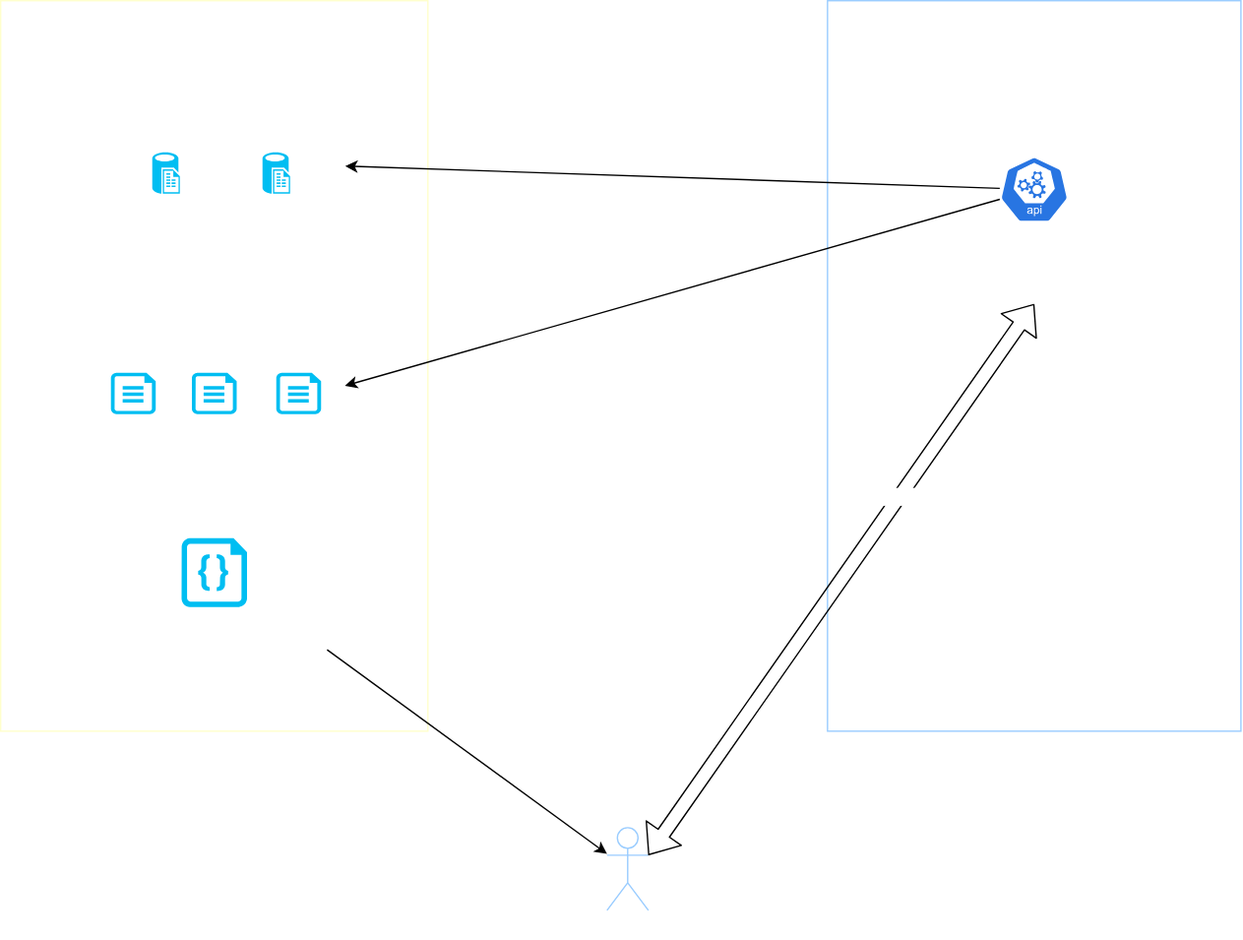
Earlier version of the draw.io export docs/1_システム関連図.drawio.svg (azarasi1226/Eirin). Source tidied: cells renumbered, new cells last; positions are measured from the earlier drawing's top-left corner, leaving out a move shared by most shapes. Its diagram source:
```xml
<mxGraphModel>
  <root>
    <mxCell id="0" />
    <mxCell id="1" parent="0" />
    <mxCell id="2" value="Firebase" style="rounded=0;whiteSpace=wrap;html=1;strokeColor=#FFFFCC;verticalAlign=top;fontSize=14;fontStyle=1;fontColor=#FFFFFF;" parent="1" vertex="1">
      <mxGeometry width="310" height="530" as="geometry" />
    </mxCell>
    <mxCell id="3" value="Azure" style="rounded=0;whiteSpace=wrap;html=1;strokeColor=#99CCFF;fontColor=#FFFFFF;verticalAlign=top;fontSize=14;fontStyle=1;" parent="1" vertex="1">
      <mxGeometry x="600" width="300" height="530" as="geometry" />
    </mxCell>
    <mxCell id="4" value="ブラウザ" style="shape=umlActor;verticalLabelPosition=bottom;verticalAlign=top;html=1;outlineConnect=0;fontColor=#FFFFFF;strokeColor=#99CCFF;" parent="1" vertex="1">
      <mxGeometry x="440" y="600" width="30" height="60" as="geometry" />
    </mxCell>
    <mxCell id="5" value="Firestore" style="rounded=1;whiteSpace=wrap;html=1;fontColor=#FFFFFF;strokeColor=#FFFFFF;verticalAlign=top;fontSize=13;fontStyle=1;" parent="1" vertex="1">
      <mxGeometry x="60" y="50" width="190" height="140" as="geometry" />
    </mxCell>
    <mxCell id="6" value="Storage" style="rounded=1;whiteSpace=wrap;html=1;fontColor=#FFFFFF;strokeColor=#FFFFFF;verticalAlign=top;fontSize=13;fontStyle=1;" parent="1" vertex="1">
      <mxGeometry x="60" y="220" width="190" height="110" as="geometry" />
    </mxCell>
    <mxCell id="7" value="Hosting" style="rounded=1;whiteSpace=wrap;html=1;fontColor=#FFFFFF;strokeColor=#FFFFFF;verticalAlign=top;fontSize=13;fontStyle=1;" parent="1" vertex="1">
      <mxGeometry x="60" y="350" width="190" height="120" as="geometry" />
    </mxCell>
    <mxCell id="8" style="edgeStyle=none;html=1;fontColor=#FFFFFF;exitX=0.931;exitY=1.008;exitDx=0;exitDy=0;exitPerimeter=0;" parent="1" edge="1" source="7" target="4">
      <mxGeometry relative="1" as="geometry" />
    </mxCell>
    <mxCell id="9" value="&lt;br&gt;" style="edgeLabel;html=1;align=center;verticalAlign=middle;fontSize=11;fontColor=#FFFFFF;" parent="8" vertex="1">
      <mxGeometry x="0.11" y="-2" relative="1" as="geometry" />
    </mxCell>
    <mxCell id="10" value="AppService" style="rounded=1;whiteSpace=wrap;html=1;fontColor=#FFFFFF;strokeColor=#FFFFFF;verticalAlign=top;fontStyle=1;fontSize=13;" parent="1" vertex="1">
      <mxGeometry x="660" y="60" width="180" height="160" as="geometry" />
    </mxCell>
    <mxCell id="11" value="領収書A" style="verticalLabelPosition=bottom;html=1;verticalAlign=top;align=center;strokeColor=none;fillColor=#00BEF2;shape=mxgraph.azure.cloud_services_configuration_file;fontColor=#FFFFFF;" parent="1" vertex="1">
      <mxGeometry x="80" y="270" width="32.5" height="30" as="geometry" />
    </mxCell>
    <mxCell id="12" value="&lt;div style=&quot;text-align: left&quot;&gt;BlazorWebAssembly&lt;/div&gt;" style="verticalLabelPosition=bottom;html=1;verticalAlign=top;align=center;strokeColor=none;fillColor=#00BEF2;shape=mxgraph.azure.code_file;fontColor=#FFFFFF;" parent="1" vertex="1">
      <mxGeometry x="131.2" y="390" width="47.5" height="50" as="geometry" />
    </mxCell>
    <mxCell id="13" value="領収書B" style="verticalLabelPosition=bottom;html=1;verticalAlign=top;align=center;strokeColor=none;fillColor=#00BEF2;shape=mxgraph.azure.cloud_services_configuration_file;fontColor=#FFFFFF;" parent="1" vertex="1">
      <mxGeometry x="138.8" y="270" width="32.5" height="30" as="geometry" />
    </mxCell>
    <mxCell id="14" value="領収書..." style="verticalLabelPosition=bottom;html=1;verticalAlign=top;align=center;strokeColor=none;fillColor=#00BEF2;shape=mxgraph.azure.cloud_services_configuration_file;fontColor=#FFFFFF;" parent="1" vertex="1">
      <mxGeometry x="200" y="270" width="32.5" height="30" as="geometry" />
    </mxCell>
    <mxCell id="15" value="ユーザーdata" style="verticalLabelPosition=bottom;html=1;verticalAlign=top;align=center;strokeColor=none;fillColor=#00BEF2;shape=mxgraph.azure.sql_reporting;fontColor=#FFFFFF;" parent="1" vertex="1">
      <mxGeometry x="110" y="110" width="20" height="30" as="geometry" />
    </mxCell>
    <mxCell id="16" value="領収書data" style="verticalLabelPosition=bottom;html=1;verticalAlign=top;align=center;strokeColor=none;fillColor=#00BEF2;shape=mxgraph.azure.sql_reporting;fontColor=#FFFFFF;" parent="1" vertex="1">
      <mxGeometry x="190" y="110" width="20" height="30" as="geometry" />
    </mxCell>
    <mxCell id="17" style="edgeStyle=none;html=1;entryX=1;entryY=0.5;entryDx=0;entryDy=0;fontSize=11;fontColor=#FFFFFF;" parent="1" edge="1" source="19" target="5">
      <mxGeometry relative="1" as="geometry" />
    </mxCell>
    <mxCell id="18" style="edgeStyle=none;html=1;entryX=0.999;entryY=0.54;entryDx=0;entryDy=0;entryPerimeter=0;fontSize=11;fontColor=#FFFFFF;" parent="1" edge="1" source="19" target="6">
      <mxGeometry relative="1" as="geometry" />
    </mxCell>
    <mxCell id="19" value="ASP.NET 6 WebAPI&lt;br&gt;(gRPC仕様)" style="sketch=0;html=1;dashed=0;whitespace=wrap;fillColor=#2875E2;strokeColor=#ffffff;points=[[0.005,0.63,0],[0.1,0.2,0],[0.9,0.2,0],[0.5,0,0],[0.995,0.63,0],[0.72,0.99,0],[0.5,1,0],[0.28,0.99,0]];shape=mxgraph.kubernetes.icon;prIcon=api;fontSize=11;fontColor=#FFFFFF;verticalAlign=bottom;" parent="1" vertex="1">
      <mxGeometry x="725" y="80" width="50" height="114" as="geometry" />
    </mxCell>
    <mxCell id="20" style="shape=flexArrow;endArrow=classic;startArrow=classic;html=1;fontSize=11;fontColor=#FFFFFF;entryX=0.5;entryY=1;entryDx=0;entryDy=0;exitX=1;exitY=0.3333333333333333;exitDx=0;exitDy=0;exitPerimeter=0;" parent="1" edge="1" source="4" target="10">
      <mxGeometry relative="1" as="geometry" />
    </mxCell>
    <mxCell id="21" value="gRPC通信" style="edgeLabel;html=1;align=center;verticalAlign=middle;fontSize=11;fontColor=#FFFFFF;" parent="20" vertex="1">
      <mxGeometry x="-0.2" y="3" relative="1" as="geometry">
        <mxPoint x="71" y="-99" as="offset" />
      </mxGeometry>
    </mxCell>
  </root>
</mxGraphModel>
```
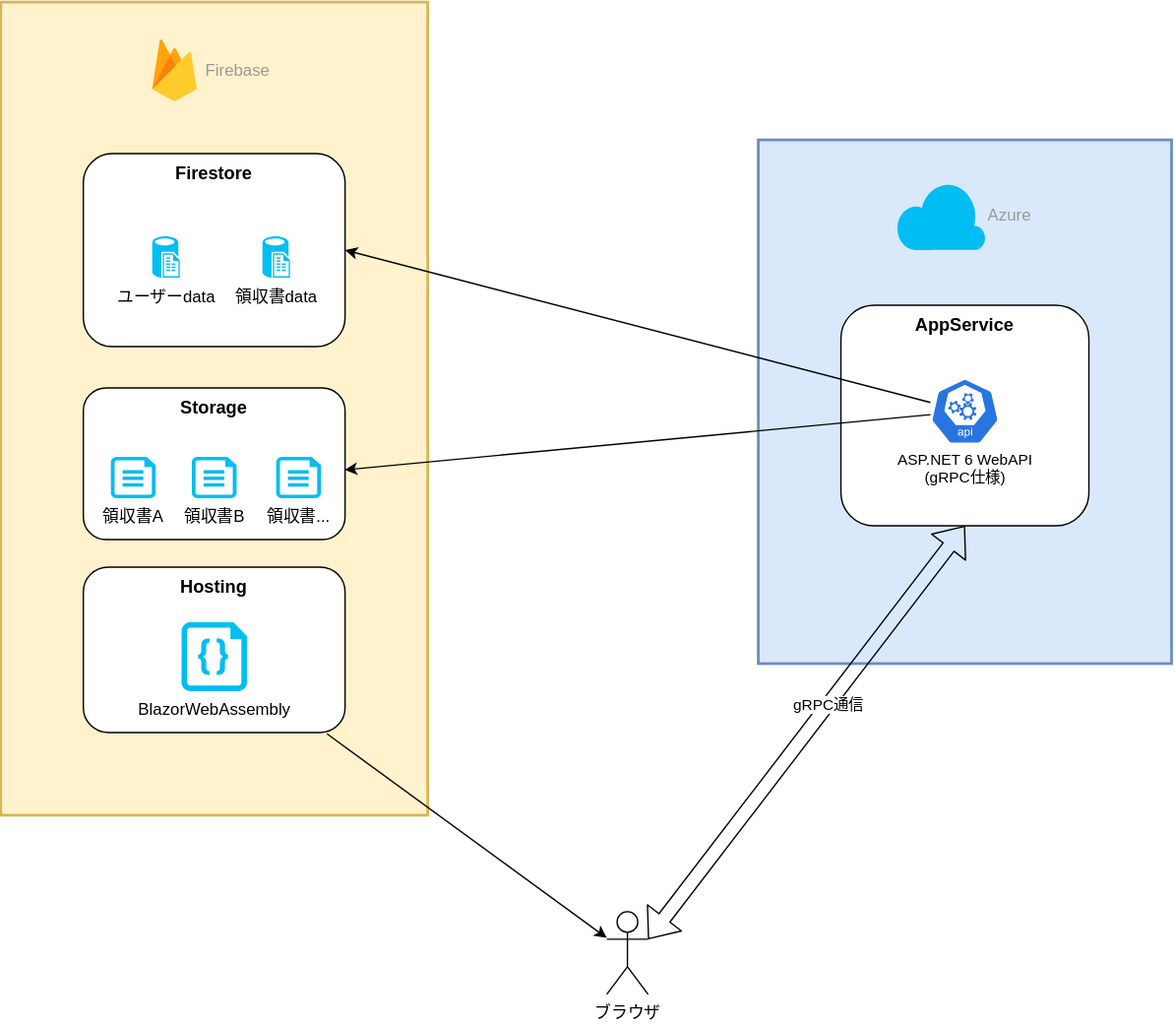
After the change.

Commit message:
update :  バックグラウンドカラーが白色のエディターに合わせて図の修正

Change to the diagram source:
```diff
@@ -2,67 +2,78 @@
   <root>
     <mxCell id="0" />
     <mxCell id="1" parent="0" />
-    <mxCell id="2" value="Firebase" style="rounded=0;whiteSpace=wrap;html=1;strokeColor=#FFFFCC;verticalAlign=top;fontSize=14;fontStyle=1;fontColor=#FFFFFF;" parent="1" vertex="1">
-      <mxGeometry width="310" height="530" as="geometry" />
+    <mxCell id="2" style="rounded=0;whiteSpace=wrap;html=1;strokeColor=#d6b656;verticalAlign=top;fontSize=14;fontStyle=1;strokeWidth=2;fillColor=#fff2cc;" parent="1" vertex="1">
+      <mxGeometry y="-60" width="310" height="590" as="geometry" />
     </mxCell>
-    <mxCell id="3" value="Azure" style="rounded=0;whiteSpace=wrap;html=1;strokeColor=#99CCFF;fontColor=#FFFFFF;verticalAlign=top;fontSize=14;fontStyle=1;" parent="1" vertex="1">
-      <mxGeometry x="600" width="300" height="530" as="geometry" />
+    <mxCell id="3" style="rounded=0;whiteSpace=wrap;html=1;strokeColor=#6c8ebf;verticalAlign=top;fontSize=14;fontStyle=1;strokeWidth=2;fillColor=#dae8fc;fontColor=#CCCCCC;" parent="1" vertex="1">
+      <mxGeometry x="550" y="40" width="300" height="380" as="geometry" />
     </mxCell>
-    <mxCell id="4" value="ブラウザ" style="shape=umlActor;verticalLabelPosition=bottom;verticalAlign=top;html=1;outlineConnect=0;fontColor=#FFFFFF;strokeColor=#99CCFF;" parent="1" vertex="1">
+    <mxCell id="4" value="ブラウザ" style="shape=umlActor;verticalLabelPosition=bottom;verticalAlign=top;html=1;outlineConnect=0;fontColor=#000000;strokeColor=#000000;" parent="1" vertex="1">
       <mxGeometry x="440" y="600" width="30" height="60" as="geometry" />
     </mxCell>
-    <mxCell id="5" value="Firestore" style="rounded=1;whiteSpace=wrap;html=1;fontColor=#FFFFFF;strokeColor=#FFFFFF;verticalAlign=top;fontSize=13;fontStyle=1;" parent="1" vertex="1">
+    <mxCell id="5" value="Firestore" style="rounded=1;whiteSpace=wrap;html=1;fontColor=#000000;strokeColor=#000000;verticalAlign=top;fontSize=13;fontStyle=1;" parent="1" vertex="1">
       <mxGeometry x="60" y="50" width="190" height="140" as="geometry" />
     </mxCell>
-    <mxCell id="6" value="Storage" style="rounded=1;whiteSpace=wrap;html=1;fontColor=#FFFFFF;strokeColor=#FFFFFF;verticalAlign=top;fontSize=13;fontStyle=1;" parent="1" vertex="1">
+    <mxCell id="6" value="Storage" style="rounded=1;whiteSpace=wrap;html=1;fontColor=#000000;strokeColor=#000000;verticalAlign=top;fontSize=13;fontStyle=1;" parent="1" vertex="1">
       <mxGeometry x="60" y="220" width="190" height="110" as="geometry" />
     </mxCell>
-    <mxCell id="7" value="Hosting" style="rounded=1;whiteSpace=wrap;html=1;fontColor=#FFFFFF;strokeColor=#FFFFFF;verticalAlign=top;fontSize=13;fontStyle=1;" parent="1" vertex="1">
+    <mxCell id="7" value="Hosting" style="rounded=1;whiteSpace=wrap;html=1;fontColor=#000000;strokeColor=#000000;verticalAlign=top;fontSize=13;fontStyle=1;" parent="1" vertex="1">
       <mxGeometry x="60" y="350" width="190" height="120" as="geometry" />
     </mxCell>
-    <mxCell id="8" style="edgeStyle=none;html=1;fontColor=#FFFFFF;exitX=0.931;exitY=1.008;exitDx=0;exitDy=0;exitPerimeter=0;" parent="1" edge="1" source="7" target="4">
+    <mxCell id="8" style="edgeStyle=none;html=1;fontColor=#000000;exitX=0.931;exitY=1.008;exitDx=0;exitDy=0;exitPerimeter=0;" parent="1" edge="1" source="7" target="4">
       <mxGeometry relative="1" as="geometry" />
     </mxCell>
-    <mxCell id="9" value="&lt;br&gt;" style="edgeLabel;html=1;align=center;verticalAlign=middle;fontSize=11;fontColor=#FFFFFF;" parent="8" vertex="1">
+    <mxCell id="9" value="&lt;br&gt;" style="edgeLabel;html=1;align=center;verticalAlign=middle;fontSize=11;fontColor=#000000;" parent="8" vertex="1">
       <mxGeometry x="0.11" y="-2" relative="1" as="geometry" />
     </mxCell>
-    <mxCell id="10" value="AppService" style="rounded=1;whiteSpace=wrap;html=1;fontColor=#FFFFFF;strokeColor=#FFFFFF;verticalAlign=top;fontStyle=1;fontSize=13;" parent="1" vertex="1">
-      <mxGeometry x="660" y="60" width="180" height="160" as="geometry" />
+    <mxCell id="10" value="AppService" style="rounded=1;whiteSpace=wrap;html=1;fontColor=#000000;strokeColor=#000000;verticalAlign=top;fontStyle=1;fontSize=13;" parent="1" vertex="1">
+      <mxGeometry x="610" y="160" width="180" height="160" as="geometry" />
     </mxCell>
-    <mxCell id="11" value="領収書A" style="verticalLabelPosition=bottom;html=1;verticalAlign=top;align=center;strokeColor=none;fillColor=#00BEF2;shape=mxgraph.azure.cloud_services_configuration_file;fontColor=#FFFFFF;" parent="1" vertex="1">
+    <mxCell id="11" value="領収書A" style="verticalLabelPosition=bottom;html=1;verticalAlign=top;align=center;strokeColor=none;fillColor=#00BEF2;shape=mxgraph.azure.cloud_services_configuration_file;fontColor=#000000;" parent="1" vertex="1">
       <mxGeometry x="80" y="270" width="32.5" height="30" as="geometry" />
     </mxCell>
-    <mxCell id="12" value="&lt;div style=&quot;text-align: left&quot;&gt;BlazorWebAssembly&lt;/div&gt;" style="verticalLabelPosition=bottom;html=1;verticalAlign=top;align=center;strokeColor=none;fillColor=#00BEF2;shape=mxgraph.azure.code_file;fontColor=#FFFFFF;" parent="1" vertex="1">
+    <mxCell id="12" value="&lt;div style=&quot;text-align: left&quot;&gt;BlazorWebAssembly&lt;/div&gt;" style="verticalLabelPosition=bottom;html=1;verticalAlign=top;align=center;strokeColor=none;fillColor=#00BEF2;shape=mxgraph.azure.code_file;fontColor=#000000;" parent="1" vertex="1">
       <mxGeometry x="131.2" y="390" width="47.5" height="50" as="geometry" />
     </mxCell>
-    <mxCell id="13" value="領収書B" style="verticalLabelPosition=bottom;html=1;verticalAlign=top;align=center;strokeColor=none;fillColor=#00BEF2;shape=mxgraph.azure.cloud_services_configuration_file;fontColor=#FFFFFF;" parent="1" vertex="1">
+    <mxCell id="13" value="領収書B" style="verticalLabelPosition=bottom;html=1;verticalAlign=top;align=center;strokeColor=none;fillColor=#00BEF2;shape=mxgraph.azure.cloud_services_configuration_file;fontColor=#000000;" parent="1" vertex="1">
       <mxGeometry x="138.8" y="270" width="32.5" height="30" as="geometry" />
     </mxCell>
-    <mxCell id="14" value="領収書..." style="verticalLabelPosition=bottom;html=1;verticalAlign=top;align=center;strokeColor=none;fillColor=#00BEF2;shape=mxgraph.azure.cloud_services_configuration_file;fontColor=#FFFFFF;" parent="1" vertex="1">
+    <mxCell id="14" value="領収書..." style="verticalLabelPosition=bottom;html=1;verticalAlign=top;align=center;strokeColor=none;fillColor=#00BEF2;shape=mxgraph.azure.cloud_services_configuration_file;fontColor=#000000;" parent="1" vertex="1">
       <mxGeometry x="200" y="270" width="32.5" height="30" as="geometry" />
     </mxCell>
-    <mxCell id="15" value="ユーザーdata" style="verticalLabelPosition=bottom;html=1;verticalAlign=top;align=center;strokeColor=none;fillColor=#00BEF2;shape=mxgraph.azure.sql_reporting;fontColor=#FFFFFF;" parent="1" vertex="1">
+    <mxCell id="15" value="ユーザーdata" style="verticalLabelPosition=bottom;html=1;verticalAlign=top;align=center;strokeColor=none;fillColor=#00BEF2;shape=mxgraph.azure.sql_reporting;fontColor=#000000;" parent="1" vertex="1">
       <mxGeometry x="110" y="110" width="20" height="30" as="geometry" />
     </mxCell>
-    <mxCell id="16" value="領収書data" style="verticalLabelPosition=bottom;html=1;verticalAlign=top;align=center;strokeColor=none;fillColor=#00BEF2;shape=mxgraph.azure.sql_reporting;fontColor=#FFFFFF;" parent="1" vertex="1">
+    <mxCell id="16" value="領収書data" style="verticalLabelPosition=bottom;html=1;verticalAlign=top;align=center;strokeColor=none;fillColor=#00BEF2;shape=mxgraph.azure.sql_reporting;fontColor=#000000;" parent="1" vertex="1">
       <mxGeometry x="190" y="110" width="20" height="30" as="geometry" />
     </mxCell>
-    <mxCell id="17" style="edgeStyle=none;html=1;entryX=1;entryY=0.5;entryDx=0;entryDy=0;fontSize=11;fontColor=#FFFFFF;" parent="1" edge="1" source="19" target="5">
+    <mxCell id="17" style="edgeStyle=none;html=1;entryX=1;entryY=0.5;entryDx=0;entryDy=0;fontSize=11;fontColor=#000000;" parent="1" edge="1" source="19" target="5">
       <mxGeometry relative="1" as="geometry" />
     </mxCell>
-    <mxCell id="18" style="edgeStyle=none;html=1;entryX=0.999;entryY=0.54;entryDx=0;entryDy=0;entryPerimeter=0;fontSize=11;fontColor=#FFFFFF;" parent="1" edge="1" source="19" target="6">
+    <mxCell id="18" style="edgeStyle=none;html=1;entryX=0.999;entryY=0.54;entryDx=0;entryDy=0;entryPerimeter=0;fontSize=11;fontColor=#000000;" parent="1" edge="1" source="19" target="6">
       <mxGeometry relative="1" as="geometry" />
     </mxCell>
-    <mxCell id="19" value="ASP.NET 6 WebAPI&lt;br&gt;(gRPC仕様)" style="sketch=0;html=1;dashed=0;whitespace=wrap;fillColor=#2875E2;strokeColor=#ffffff;points=[[0.005,0.63,0],[0.1,0.2,0],[0.9,0.2,0],[0.5,0,0],[0.995,0.63,0],[0.72,0.99,0],[0.5,1,0],[0.28,0.99,0]];shape=mxgraph.kubernetes.icon;prIcon=api;fontSize=11;fontColor=#FFFFFF;verticalAlign=bottom;" parent="1" vertex="1">
-      <mxGeometry x="725" y="80" width="50" height="114" as="geometry" />
+    <mxCell id="19" value="ASP.NET 6 WebAPI&lt;br&gt;(gRPC仕様)" style="sketch=0;html=1;dashed=0;whitespace=wrap;fillColor=#2875E2;strokeColor=#ffffff;points=[[0.005,0.63,0],[0.1,0.2,0],[0.9,0.2,0],[0.5,0,0],[0.995,0.63,0],[0.72,0.99,0],[0.5,1,0],[0.28,0.99,0]];shape=mxgraph.kubernetes.icon;prIcon=api;fontSize=11;fontColor=#000000;verticalAlign=bottom;" parent="1" vertex="1">
+      <mxGeometry x="675" y="180" width="50" height="114" as="geometry" />
     </mxCell>
-    <mxCell id="20" style="shape=flexArrow;endArrow=classic;startArrow=classic;html=1;fontSize=11;fontColor=#FFFFFF;entryX=0.5;entryY=1;entryDx=0;entryDy=0;exitX=1;exitY=0.3333333333333333;exitDx=0;exitDy=0;exitPerimeter=0;" parent="1" edge="1" source="4" target="10">
+    <mxCell id="20" style="shape=flexArrow;endArrow=classic;startArrow=classic;html=1;fontSize=11;fontColor=#000000;entryX=0.5;entryY=1;entryDx=0;entryDy=0;exitX=1;exitY=0.3333333333333333;exitDx=0;exitDy=0;exitPerimeter=0;" parent="1" edge="1" source="4" target="10">
       <mxGeometry relative="1" as="geometry" />
     </mxCell>
-    <mxCell id="21" value="gRPC通信" style="edgeLabel;html=1;align=center;verticalAlign=middle;fontSize=11;fontColor=#FFFFFF;" parent="20" vertex="1">
+    <mxCell id="21" value="gRPC通信" style="edgeLabel;html=1;align=center;verticalAlign=middle;fontSize=11;fontColor=#000000;" parent="20" vertex="1">
       <mxGeometry x="-0.2" y="3" relative="1" as="geometry">
-        <mxPoint x="71" y="-99" as="offset" />
+        <mxPoint x="41" y="-49" as="offset" />
       </mxGeometry>
     </mxCell>
+    <mxCell id="22" style="strokeColor=none;shadow=1;strokeWidth=1;rounded=1;absoluteArcSize=1;arcSize=2;fontColor=#000000;fillColor=none;" parent="1" vertex="1">
+      <mxGeometry x="105" y="-40" width="100" height="60" as="geometry" />
+    </mxCell>
+    <mxCell id="23" value="Firebase" style="sketch=0;dashed=0;html=1;fillColor=#5184F3;strokeColor=none;shape=mxgraph.gcp2.firebase;labelPosition=right;verticalLabelPosition=middle;align=left;verticalAlign=middle;spacingLeft=5;fontColor=#999999;fontSize=12;" parent="22" vertex="1">
+      <mxGeometry width="32.4" height="45" relative="1" as="geometry">
+        <mxPoint x="5" y="7" as="offset" />
+      </mxGeometry>
+    </mxCell>
+    <mxCell id="24" value="Azure" style="verticalLabelPosition=middle;html=1;verticalAlign=middle;align=left;strokeColor=none;fillColor=#00BEF2;shape=mxgraph.azure.cloud;fontColor=#999999;labelPosition=right;" parent="1" vertex="1">
+      <mxGeometry x="650" y="70" width="65" height="50" as="geometry" />
+    </mxCell>
   </root>
 </mxGraphModel>
```
